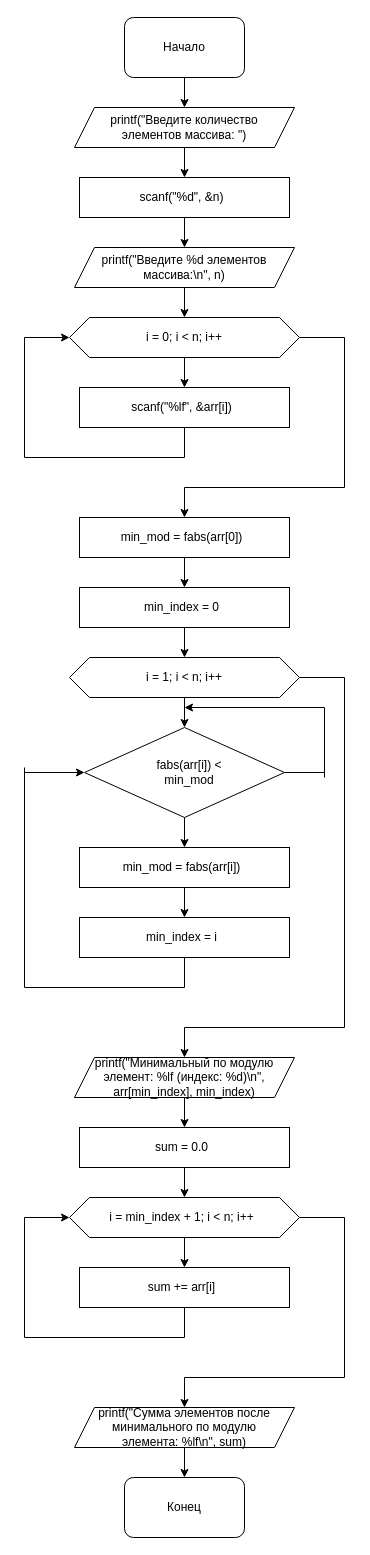
Earlier version of the draw.io diagram схема lab11.drawio (1kxri/dz). Source tidied: cells renumbered, new cells numbered last; positions are measured from the earlier drawing's top-left corner, leaving out a move shared by most shapes. Both pictures are drawn from the tidied source at 100%, with x=0, y=0 at pixel (24, 17).
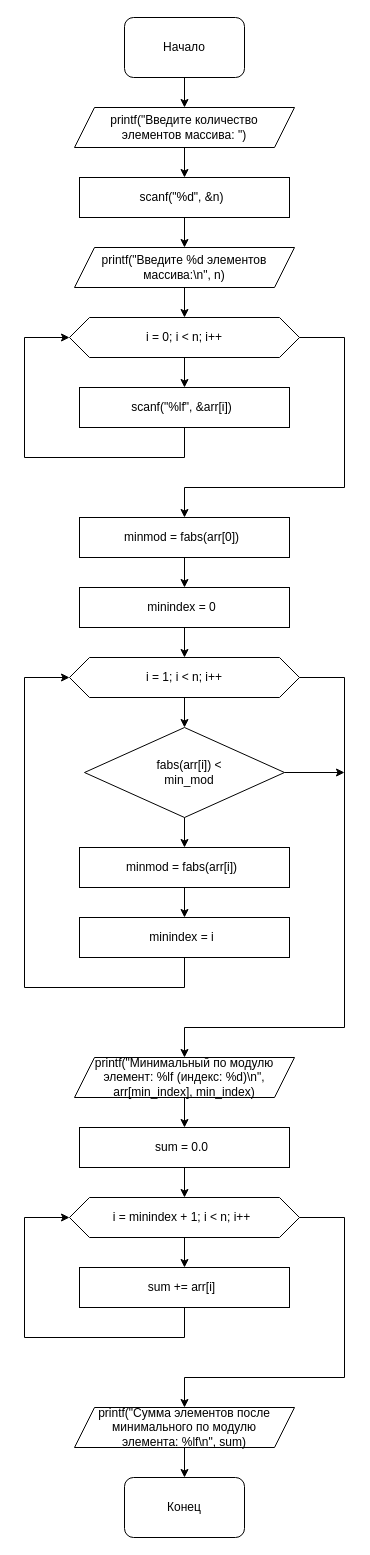
After the change.

Unchanged cells that the change refers to:
```xml
<mxCell id="25" style="shape=hexagon;perimeter=hexagonPerimeter2;whiteSpace=wrap;html=1;fixedSize=1;" parent="1" vertex="1">
  <mxGeometry x="45" y="640" width="230" height="40" as="geometry" />
</mxCell>
<mxCell id="27" style="rhombus;whiteSpace=wrap;html=1;" parent="1" vertex="1">
  <mxGeometry x="60" y="710" width="200" height="90" as="geometry" />
</mxCell>
```

The edit, as a diff of the source:
```diff
@@
     <mxCell id="34" style="endArrow=none;html=1;rounded=0;" parent="1" edge="1">
       <mxGeometry relative="1" as="geometry">
         <mxPoint y="970" as="sourcePoint" />
-        <mxPoint y="750" as="targetPoint" />
+        <mxPoint y="660" as="targetPoint" />
       </mxGeometry>
     </mxCell>
-    <mxCell id="35" style="endArrow=classic;html=1;rounded=0;entryX=0;entryY=0.5;entryDx=0;entryDy=0;" parent="1" edge="1" target="27">
-      <mxGeometry relative="1" as="geometry">
-        <mxPoint y="755" as="sourcePoint" />
-      </mxGeometry>
-    </mxCell>
@@
-    <mxCell id="58" style="endArrow=none;html=1;rounded=0;exitX=1;exitY=0.5;exitDx=0;exitDy=0;" parent="1" edge="1" source="27">
-      <mxGeometry relative="1" as="geometry">
-        <mxPoint x="300" y="755" as="targetPoint" />
-      </mxGeometry>
-    </mxCell>
-    <mxCell id="59" style="endArrow=none;html=1;rounded=0;" parent="1" edge="1">
-      <mxGeometry relative="1" as="geometry">
-        <mxPoint x="300" y="760" as="sourcePoint" />
-        <mxPoint x="300" y="690" as="targetPoint" />
-      </mxGeometry>
-    </mxCell>
-    <mxCell id="60" style="endArrow=classic;html=1;rounded=0;" parent="1" edge="1">
-      <mxGeometry relative="1" as="geometry">
-        <mxPoint x="300" y="690" as="sourcePoint" />
-        <mxPoint x="160" y="690" as="targetPoint" />
-      </mxGeometry>
-    </mxCell>
@@
-    <mxCell id="67" value="min_mod = fabs(arr[0])" style="text;html=1;align=center;verticalAlign=middle;whiteSpace=wrap;rounded=0;" parent="1" vertex="1">
+    <mxCell id="67" value="minmod = fabs(arr[0])" style="text;html=1;align=center;verticalAlign=middle;whiteSpace=wrap;rounded=0;" parent="1" vertex="1">
       <mxGeometry x="55" y="500" width="205" height="40" as="geometry" />
     </mxCell>
-    <mxCell id="68" value="min_index = 0" style="text;html=1;align=center;verticalAlign=middle;whiteSpace=wrap;rounded=0;" parent="1" vertex="1">
+    <mxCell id="68" value="minindex = 0" style="text;html=1;align=center;verticalAlign=middle;whiteSpace=wrap;rounded=0;" parent="1" vertex="1">
       <mxGeometry x="55" y="570" width="205" height="40" as="geometry" />
     </mxCell>
@@
-    <mxCell id="71" value="min_mod = fabs(arr[i])" style="text;html=1;align=center;verticalAlign=middle;whiteSpace=wrap;rounded=0;" parent="1" vertex="1">
+    <mxCell id="71" value="minmod = fabs(arr[i])" style="text;html=1;align=center;verticalAlign=middle;whiteSpace=wrap;rounded=0;" parent="1" vertex="1">
       <mxGeometry x="55" y="830" width="205" height="40" as="geometry" />
     </mxCell>
-    <mxCell id="72" value="min_index = i" style="text;html=1;align=center;verticalAlign=middle;whiteSpace=wrap;rounded=0;" parent="1" vertex="1">
+    <mxCell id="72" value="minindex = i" style="text;html=1;align=center;verticalAlign=middle;whiteSpace=wrap;rounded=0;" parent="1" vertex="1">
       <mxGeometry x="55" y="900" width="205" height="40" as="geometry" />
     </mxCell>
@@
-    <mxCell id="75" value="i = min_index + 1; i &lt; n; i++" style="text;html=1;align=center;verticalAlign=middle;whiteSpace=wrap;rounded=0;" parent="1" vertex="1">
+    <mxCell id="75" value="i = minindex + 1; i &amp;lt; n; i++" style="text;html=1;align=center;verticalAlign=middle;whiteSpace=wrap;rounded=0;" parent="1" vertex="1">
       <mxGeometry x="65" y="1180" width="185" height="40" as="geometry" />
     </mxCell>
@@
+    <mxCell id="79" style="endArrow=classic;html=1;rounded=0;entryX=0;entryY=0.5;entryDx=0;entryDy=0;" parent="1" edge="1" target="25">
+      <mxGeometry relative="1" as="geometry">
+        <mxPoint y="660" as="sourcePoint" />
+      </mxGeometry>
+    </mxCell>
+    <mxCell id="80" style="endArrow=classic;html=1;rounded=0;exitX=1;exitY=0.5;exitDx=0;exitDy=0;" parent="1" edge="1" source="27">
+      <mxGeometry relative="1" as="geometry">
+        <mxPoint x="320" y="755" as="targetPoint" />
+      </mxGeometry>
+    </mxCell>
```
